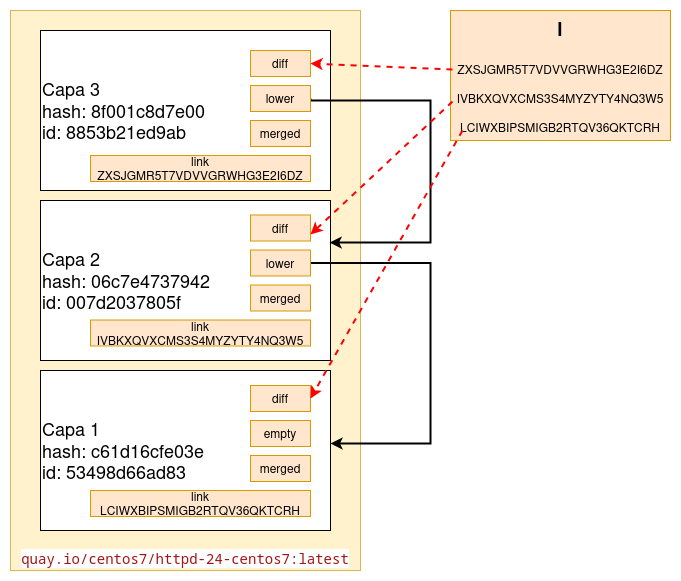
josedom24/curso_podman_ow keeps this draw.io diagram as contenido/modulo3/img/images3.png. Above is the earlier version. Source tidied: cells renumbered, new cells last; positions are measured from the earlier drawing's top-left corner, leaving out a move shared by most shapes.
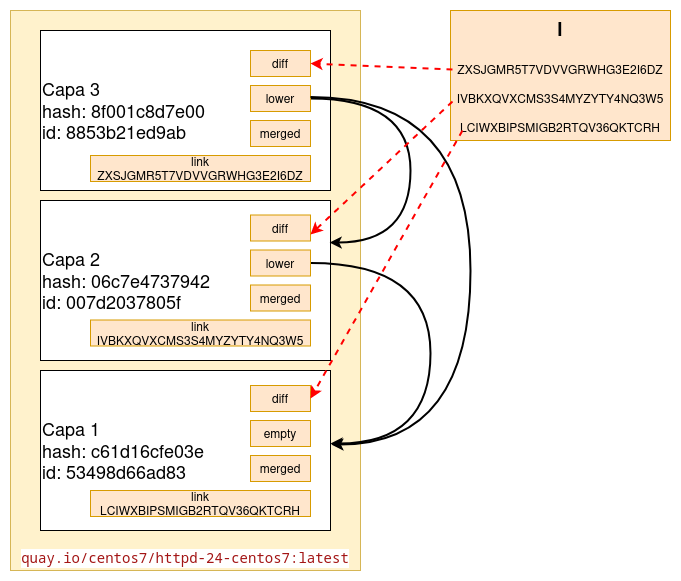
The same diagram one commit later.

What changed in the source:
```diff
@@ -29,7 +29,7 @@
     <mxCell id="10" value="diff" style="rounded=0;whiteSpace=wrap;html=1;fillColor=#ffe6cc;strokeColor=#d79b00;" parent="1" vertex="1">
       <mxGeometry x="240" y="204.5" width="60" height="26" as="geometry" />
     </mxCell>
-    <mxCell id="11" style="edgeStyle=orthogonalEdgeStyle;rounded=0;jettySize=auto;html=1;entryX=1;entryY=0.456;entryDx=0;entryDy=0;entryPerimeter=0;strokeWidth=2;" parent="1" edge="1" source="12" target="3">
+    <mxCell id="11" style="edgeStyle=orthogonalEdgeStyle;rounded=0;jettySize=auto;html=1;entryX=1;entryY=0.456;entryDx=0;entryDy=0;entryPerimeter=0;strokeWidth=2;curved=1;" parent="1" edge="1" source="12" target="3">
       <mxGeometry relative="1" as="geometry">
         <Array as="points">
           <mxPoint x="420" y="253" />
@@ -49,13 +49,12 @@
     <mxCell id="15" value="diff" style="rounded=0;whiteSpace=wrap;html=1;fillColor=#ffe6cc;strokeColor=#d79b00;" parent="1" vertex="1">
       <mxGeometry x="240" y="40" width="60" height="26" as="geometry" />
     </mxCell>
-    <mxCell id="16" style="edgeStyle=orthogonalEdgeStyle;rounded=0;jettySize=auto;html=1;entryX=0.997;entryY=0.388;entryDx=0;entryDy=0;entryPerimeter=0;strokeWidth=2;exitX=1;exitY=0.5;exitDx=0;exitDy=0;" parent="1" edge="1" source="17">
+    <mxCell id="16" style="edgeStyle=orthogonalEdgeStyle;rounded=0;jettySize=auto;html=1;entryX=0.997;entryY=0.388;entryDx=0;entryDy=0;entryPerimeter=0;strokeWidth=2;exitX=1;exitY=0.5;exitDx=0;exitDy=0;curved=1;endSize=6;" parent="1" edge="1" source="17">
       <mxGeometry relative="1" as="geometry">
         <mxPoint x="319.1" y="232.1" as="targetPoint" />
         <Array as="points">
-          <mxPoint x="300" y="90" />
-          <mxPoint x="420" y="90" />
-          <mxPoint x="420" y="232" />
+          <mxPoint x="400" y="88" />
+          <mxPoint x="400" y="232" />
         </Array>
       </mxGeometry>
     </mxCell>
@@ -84,5 +83,14 @@
         <mxPoint x="452" y="120" as="sourcePoint" />
       </mxGeometry>
     </mxCell>
+    <mxCell id="24" style="edgeStyle=orthogonalEdgeStyle;rounded=0;jettySize=auto;html=1;entryX=1.003;entryY=0.463;entryDx=0;entryDy=0;entryPerimeter=0;strokeWidth=2;exitX=1;exitY=0.5;exitDx=0;exitDy=0;curved=1;endSize=6;" parent="1" edge="1" target="3">
+      <mxGeometry relative="1" as="geometry">
+        <mxPoint x="300" y="86.4" as="sourcePoint" />
+        <Array as="points">
+          <mxPoint x="460" y="86" />
+          <mxPoint x="460" y="434" />
+        </Array>
+      </mxGeometry>
+    </mxCell>
   </root>
 </mxGraphModel>
```
